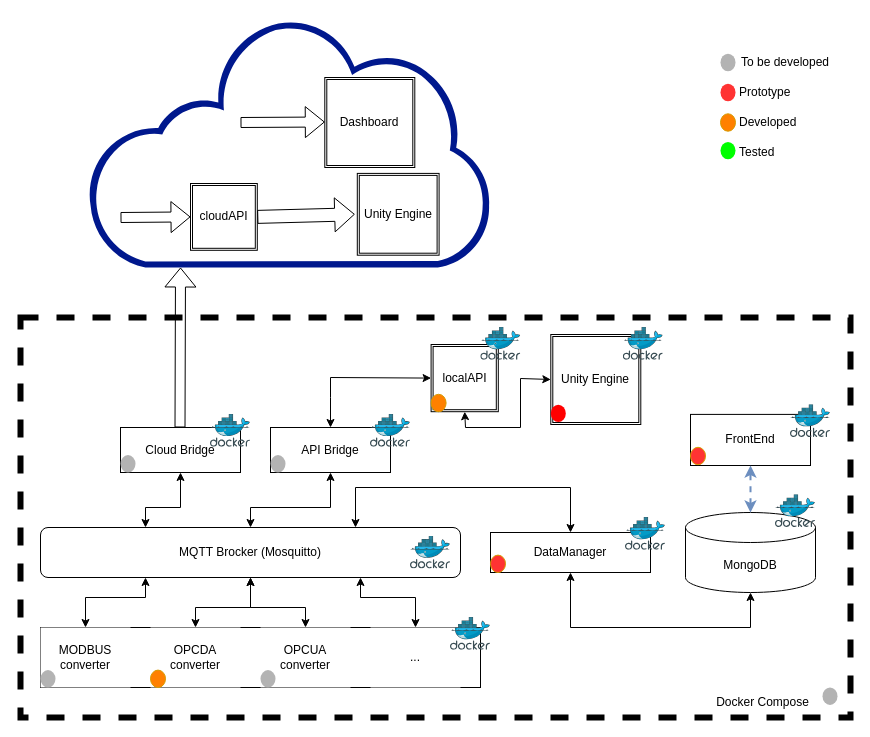
This is Arch_Design.drawio from LuisCMoreira/TwinPaca_Community, a draw.io file, before an edit. Source tidied: cells renumbered, new cells numbered last; positions are measured from the earlier drawing's top-left corner, leaving out a move shared by most shapes. Both pictures are drawn from the tidied source at 100%, with x=0, y=0 at pixel (20, 17).
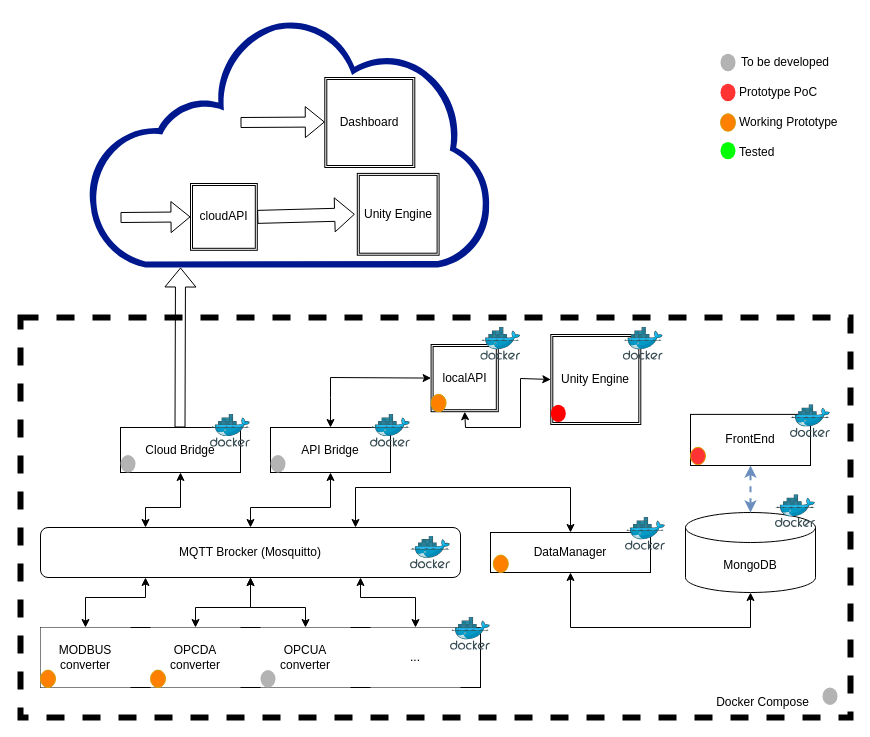
The same page after the edit.

The edit, as a diff of the source:
```diff
@@
-    <mxCell id="44" style="ellipse;whiteSpace=wrap;html=1;fillColor=#FF3333;strokeColor=#d79b00;" parent="1" vertex="1">
-      <mxGeometry x="470" y="537.6" width="15" height="17.4" as="geometry" />
-    </mxCell>
@@
-    <mxCell id="48" style="ellipse;whiteSpace=wrap;html=1;fillColor=#B3B3B3;strokeColor=none;" parent="1" vertex="1">
-      <mxGeometry x="20" y="652.6" width="15" height="17.4" as="geometry" />
-    </mxCell>
@@
-    <mxCell id="55" value="Prototype" style="text;html=1;strokeColor=none;fillColor=none;align=left;verticalAlign=middle;whiteSpace=wrap;rounded=0;" parent="1" vertex="1">
+    <mxCell id="55" value="Prototype PoC" style="text;html=1;strokeColor=none;fillColor=none;align=left;verticalAlign=middle;whiteSpace=wrap;rounded=0;" parent="1" vertex="1">
       <mxGeometry x="717" y="60" width="100" height="30" as="geometry" />
     </mxCell>
-    <mxCell id="56" value="Developed" style="text;html=1;strokeColor=none;fillColor=none;align=left;verticalAlign=middle;whiteSpace=wrap;rounded=0;" parent="1" vertex="1">
-      <mxGeometry x="717" y="90" width="100" height="30" as="geometry" />
+    <mxCell id="56" value="Working Prototype" style="text;html=1;strokeColor=none;fillColor=none;align=left;verticalAlign=middle;whiteSpace=wrap;rounded=0;" parent="1" vertex="1">
+      <mxGeometry x="717" y="90" width="113" height="30" as="geometry" />
     </mxCell>
@@
+    <mxCell id="63" style="ellipse;whiteSpace=wrap;html=1;fillColor=#FF8000;strokeColor=#d79b00;" parent="1" vertex="1">
+      <mxGeometry x="20" y="652.6" width="15" height="17.4" as="geometry" />
+    </mxCell>
+    <mxCell id="64" style="ellipse;whiteSpace=wrap;html=1;fillColor=#FF8000;strokeColor=#d79b00;" parent="1" vertex="1">
+      <mxGeometry x="472.8" y="537.6" width="15" height="17.4" as="geometry" />
+    </mxCell>
```
